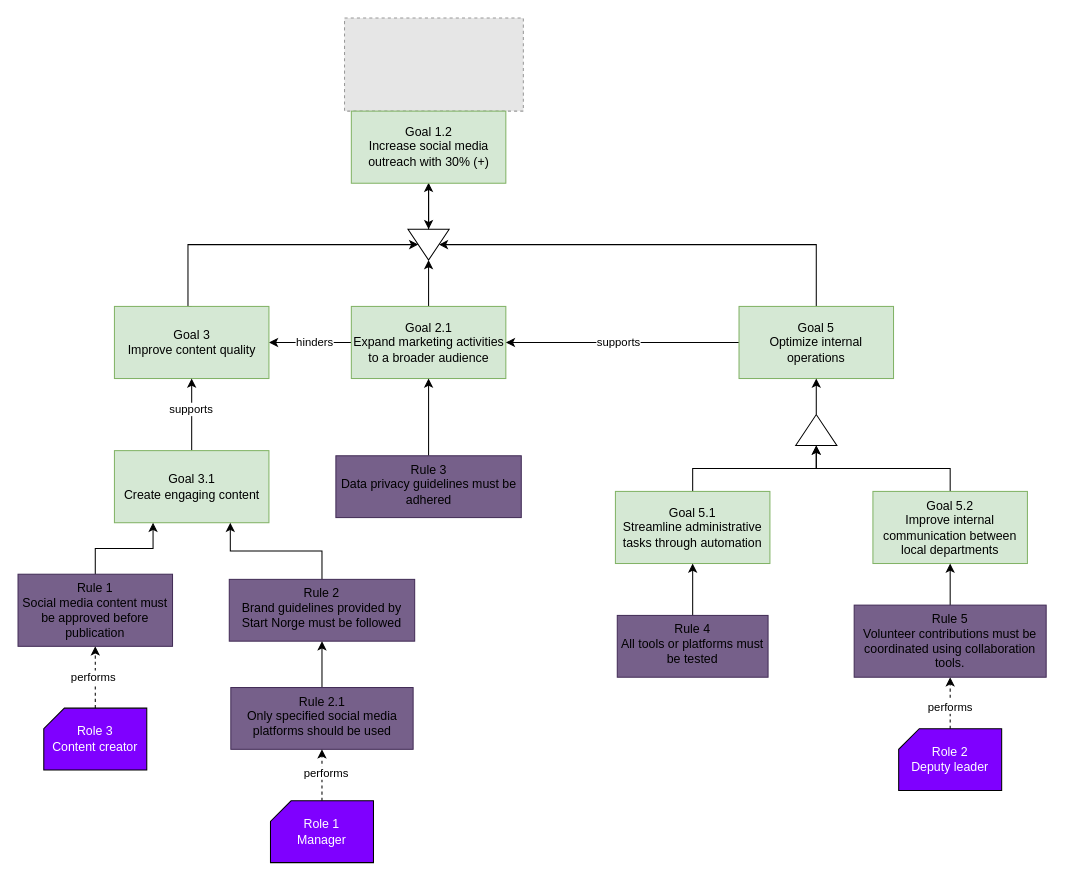
Before: page "business_rule_model" (5 of 6) of Start Norge.drawio in marhjoh/TDT4252-Enterprise-Architecture-for-Enterprise-Innovation, a draw.io diagram. Source tidied: cells renumbered, new cells numbered last; positions are measured from the earlier drawing's top-left corner, leaving out a move shared by most shapes. Both pictures are drawn from the tidied source at 103%, with x=0, y=0 at pixel (18, 18). Pictures stored in the file or linked from it are replaced by grey dashed boxes.
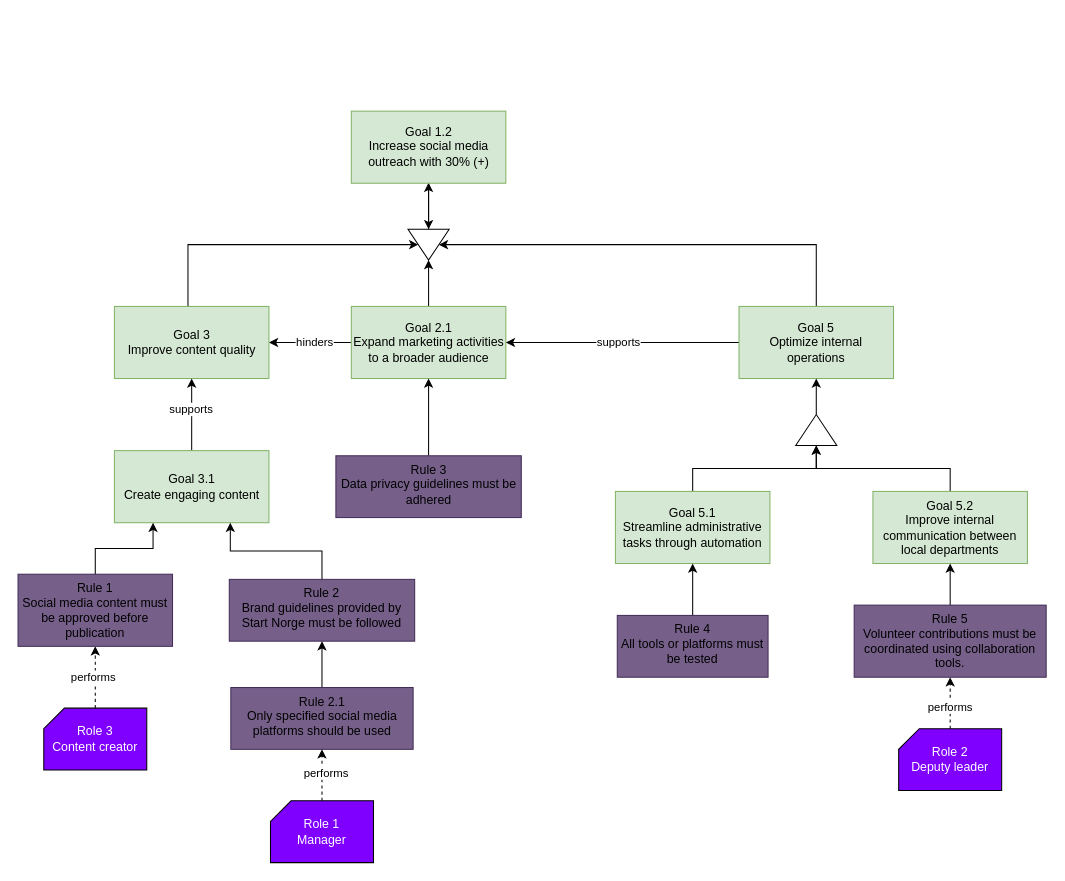
The same page after the edit.

Diff of the diagram source:
```diff
@@
-    <mxCell id="2" style="fillColor=#E6E6E6;strokeColor=#999999;dashed=1;verticalLabelPosition=bottom;verticalAlign=top;" parent="1" vertex="1">
-      <mxGeometry x="317" width="173.6" height="90.4" as="geometry" />
-    </mxCell>
```
